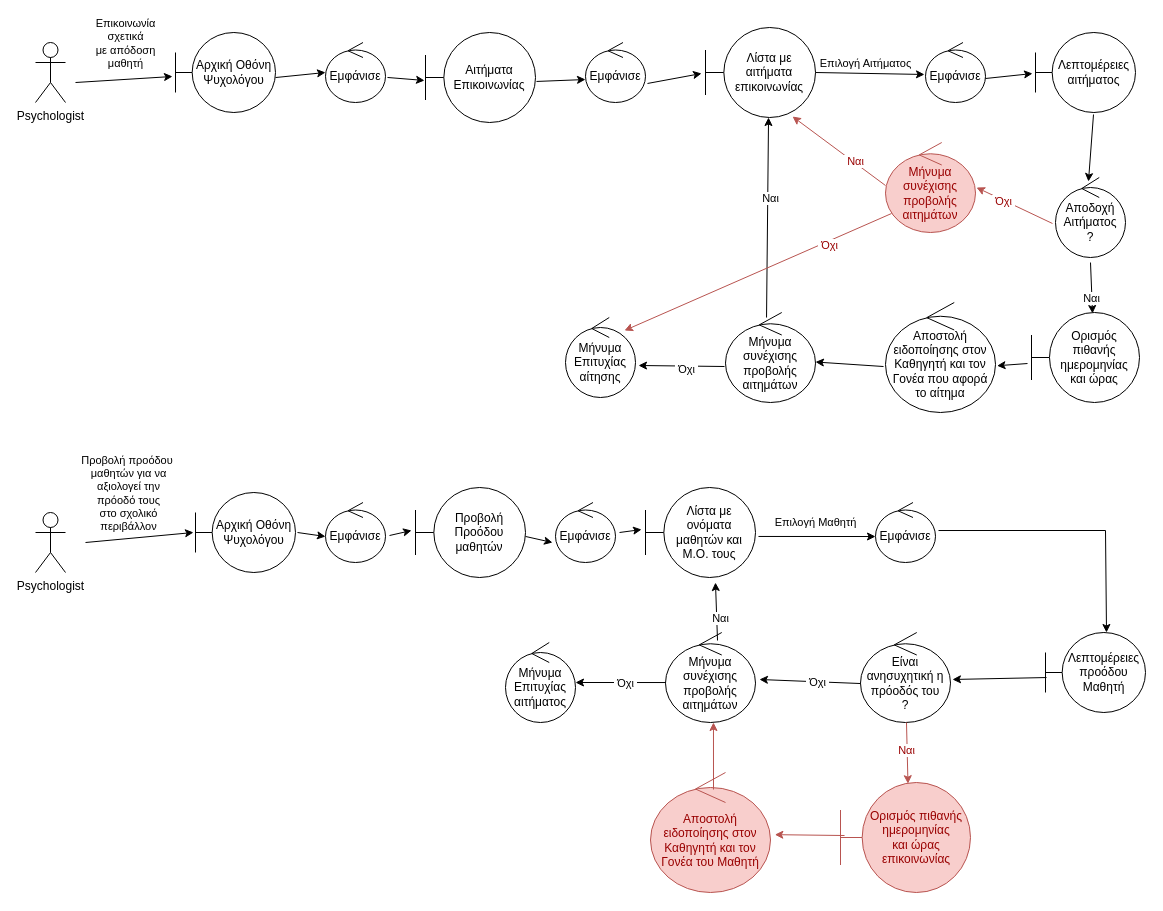
Before: Παραδοτέο3/Robustness_Psychologist.drawio in m1kemp/School-Hero, a draw.io diagram. Source tidied: cells renumbered, new cells numbered last; positions are measured from the earlier drawing's top-left corner, leaving out a move shared by most shapes. Both pictures are drawn from the tidied source at 100%, with x=0, y=0 at pixel (35, 27).
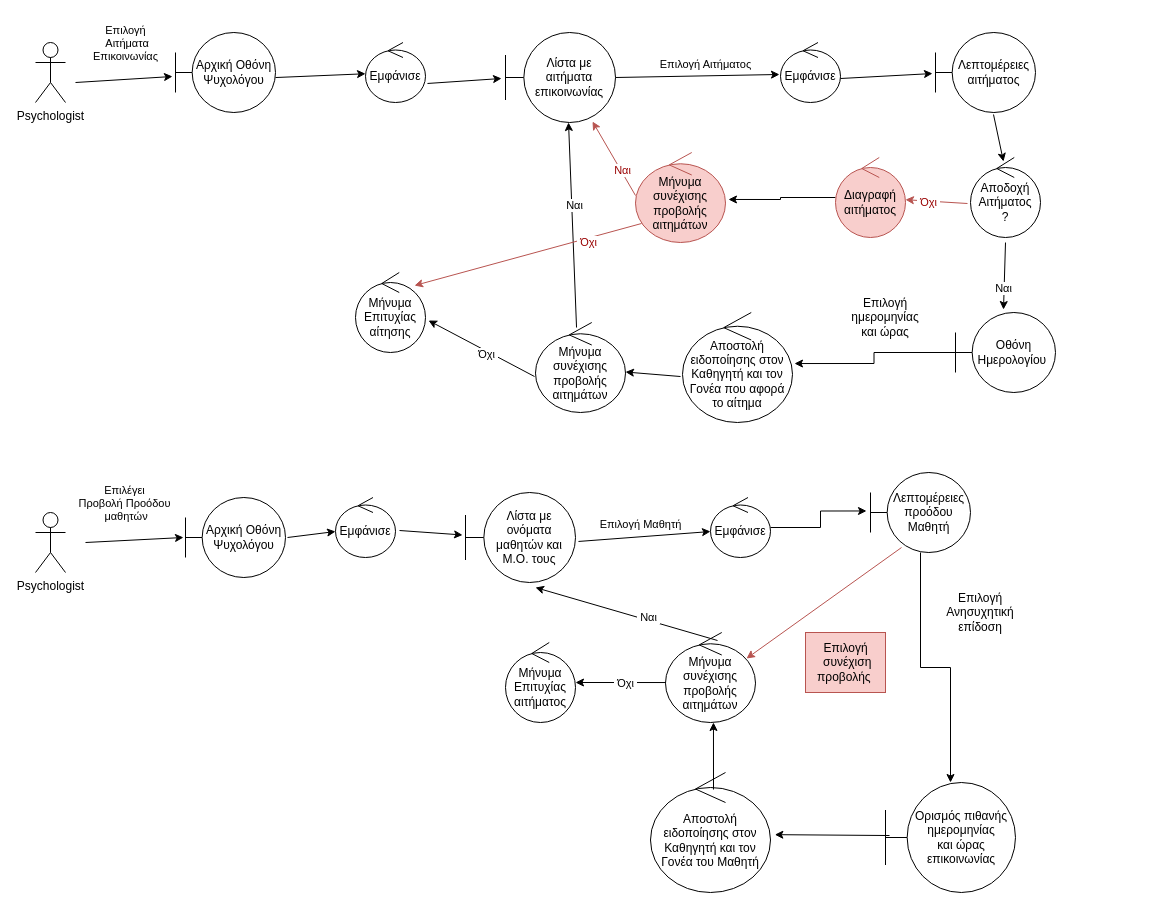
The same diagram, later.

Unchanged cells that the change refers to:
```xml
<mxCell id="3" value="Αρχική Οθόνη Ψυχολόγου" style="shape=umlBoundary;whiteSpace=wrap;html=1;" parent="1" vertex="1">
  <mxGeometry x="140" y="5" width="100" height="80" as="geometry" />
</mxCell>
<mxCell id="4" style="endArrow=classic;html=1;rounded=0;entryX=-0.03;entryY=0.55;entryDx=0;entryDy=0;entryPerimeter=0;" parent="1" edge="1" target="3">
  <mxGeometry relative="1" as="geometry">
    <mxPoint x="40" y="55" as="sourcePoint" />
  </mxGeometry>
</mxCell>
<mxCell id="50" style="endArrow=classic;html=1;rounded=0;entryX=-0.02;entryY=0.5;entryDx=0;entryDy=0;entryPerimeter=0;" parent="1" edge="1" target="41">
  <mxGeometry relative="1" as="geometry">
    <mxPoint x="50" y="515" as="sourcePoint" />
  </mxGeometry>
</mxCell>
<mxCell id="65" value="Μήνυμα συνέχισης προβολής αιτημάτων" style="ellipse;shape=umlControl;whiteSpace=wrap;html=1;" parent="1" vertex="1">
  <mxGeometry x="630" y="605" width="90" height="90" as="geometry" />
</mxCell>
```

Change to the diagram source:
```diff
@@
-    <mxCell id="5" value="Επικοινωνία &lt;br&gt;σχετικά&lt;br&gt;με απόδοση&lt;br&gt;μαθητή" style="edgeLabel;html=1;align=center;verticalAlign=middle;" parent="4" vertex="1">
+    <mxCell id="5" value="Επιλογή&lt;br&gt;&amp;nbsp;Αιτήματα&lt;br&gt;&amp;nbsp;Επικοινωνίας&amp;nbsp;" style="edgeLabel;html=1;align=center;verticalAlign=middle;" parent="4" vertex="1">
       <mxGeometry x="0.5" y="-2" relative="1" as="geometry">
         <mxPoint x="-23" y="-37" as="offset" />
       </mxGeometry>
     </mxCell>
-    <mxCell id="6" value="Εμφάνισε" style="ellipse;shape=umlControl;whiteSpace=wrap;html=1;" parent="1" vertex="1">
-      <mxGeometry x="290" y="15" width="60" height="60" as="geometry" />
-    </mxCell>
-    <mxCell id="7" style="endArrow=classic;html=1;rounded=0;exitX=1;exitY=0.563;exitDx=0;exitDy=0;exitPerimeter=0;entryX=0;entryY=0.5;entryDx=0;entryDy=0;entryPerimeter=0;" parent="1" edge="1" source="3" target="6">
+    <mxCell id="7" style="endArrow=classic;html=1;rounded=0;exitX=1;exitY=0.563;exitDx=0;exitDy=0;exitPerimeter=0;" parent="1" edge="1" source="3" target="10">
       <mxGeometry relative="1" as="geometry" />
     </mxCell>
-    <mxCell id="8" value="Αιτήματα Επικοινωνίας" style="shape=umlBoundary;whiteSpace=wrap;html=1;" parent="1" vertex="1">
-      <mxGeometry x="390" y="5" width="110" height="90" as="geometry" />
-    </mxCell>
-    <mxCell id="9" style="endArrow=classic;html=1;rounded=0;exitX=1.033;exitY=0.583;exitDx=0;exitDy=0;exitPerimeter=0;entryX=-0.009;entryY=0.533;entryDx=0;entryDy=0;entryPerimeter=0;" parent="1" edge="1" source="6" target="8">
-      <mxGeometry relative="1" as="geometry" />
-    </mxCell>
     <mxCell id="10" value="Εμφάνισε" style="ellipse;shape=umlControl;whiteSpace=wrap;html=1;" parent="1" vertex="1">
-      <mxGeometry x="550" y="15" width="60" height="60" as="geometry" />
+      <mxGeometry x="330" y="15" width="60" height="60" as="geometry" />
     </mxCell>
-    <mxCell id="11" style="endArrow=classic;html=1;rounded=0;exitX=1.009;exitY=0.544;exitDx=0;exitDy=0;exitPerimeter=0;entryX=0;entryY=0.617;entryDx=0;entryDy=0;entryPerimeter=0;" parent="1" edge="1" source="8" target="10">
-      <mxGeometry relative="1" as="geometry" />
-    </mxCell>
     <mxCell id="12" value="Λίστα με αιτήματα επικοινωνίας" style="shape=umlBoundary;whiteSpace=wrap;html=1;" parent="1" vertex="1">
-      <mxGeometry x="670" width="110" height="90" as="geometry" />
+      <mxGeometry x="470" y="5" width="110" height="90" as="geometry" />
     </mxCell>
@@
     <mxCell id="14" value="Εμφάνισε" style="ellipse;shape=umlControl;whiteSpace=wrap;html=1;" parent="1" vertex="1">
-      <mxGeometry x="890" y="15" width="60" height="60" as="geometry" />
+      <mxGeometry x="745" y="15" width="60" height="60" as="geometry" />
     </mxCell>
@@
     <mxCell id="17" value="Λεπτομέρειες αιτήματος" style="shape=umlBoundary;whiteSpace=wrap;html=1;" parent="1" vertex="1">
-      <mxGeometry x="1000" y="5" width="100" height="80" as="geometry" />
+      <mxGeometry x="900" y="5" width="100" height="80" as="geometry" />
     </mxCell>
@@
     <mxCell id="19" value="Αποδοχή Αιτήματος&lt;br&gt;?" style="ellipse;shape=umlControl;whiteSpace=wrap;html=1;" parent="1" vertex="1">
-      <mxGeometry x="1020" y="150" width="70" height="80" as="geometry" />
+      <mxGeometry x="935" y="130" width="70" height="80" as="geometry" />
     </mxCell>
@@
-    <mxCell id="21" style="endArrow=classic;html=1;rounded=0;entryX=0.565;entryY=0.011;entryDx=0;entryDy=0;entryPerimeter=0;exitX=0.5;exitY=1.063;exitDx=0;exitDy=0;exitPerimeter=0;" parent="1" edge="1" source="19" target="23">
+    <mxCell id="21" style="endArrow=classic;html=1;rounded=0;exitX=0.5;exitY=1.063;exitDx=0;exitDy=0;exitPerimeter=0;entryX=0.48;entryY=-0.037;entryDx=0;entryDy=0;entryPerimeter=0;" parent="1" edge="1" source="19" target="75">
       <mxGeometry relative="1" as="geometry" />
     </mxCell>
@@
-    <mxCell id="23" value="Ορισμός πιθανής ημερομηνίας &lt;br&gt;και ώρας" style="shape=umlBoundary;whiteSpace=wrap;html=1;" parent="1" vertex="1">
-      <mxGeometry x="996" y="285" width="108" height="90" as="geometry" />
-    </mxCell>
     <mxCell id="24" value="Αποστολή ειδοποίησης στον Καθηγητή και τον Γονέα που αφορά το αίτημα" style="ellipse;shape=umlControl;whiteSpace=wrap;html=1;" parent="1" vertex="1">
-      <mxGeometry x="850" y="275" width="110" height="110" as="geometry" />
+      <mxGeometry x="647" y="285" width="110" height="110" as="geometry" />
     </mxCell>
-    <mxCell id="25" style="endArrow=classic;html=1;rounded=0;entryX=1.014;entryY=0.575;entryDx=0;entryDy=0;entryPerimeter=0;exitX=-0.037;exitY=0.567;exitDx=0;exitDy=0;exitPerimeter=0;" parent="1" edge="1" source="23" target="24">
-      <mxGeometry relative="1" as="geometry" />
-    </mxCell>
@@
     <mxCell id="27" value="Μήνυμα συνέχισης προβολής αιτημάτων" style="ellipse;shape=umlControl;whiteSpace=wrap;html=1;" parent="1" vertex="1">
-      <mxGeometry x="690" y="285" width="90" height="90" as="geometry" />
+      <mxGeometry x="500" y="295" width="90" height="90" as="geometry" />
     </mxCell>
@@
     <mxCell id="32" value="Μήνυμα Επιτυχίας αίτησης" style="ellipse;shape=umlControl;whiteSpace=wrap;html=1;" parent="1" vertex="1">
-      <mxGeometry x="530" y="290" width="70" height="80" as="geometry" />
+      <mxGeometry x="320" y="245" width="70" height="80" as="geometry" />
     </mxCell>
-    <mxCell id="33" style="endArrow=classic;html=1;rounded=0;exitX=-0.043;exitY=0.575;exitDx=0;exitDy=0;exitPerimeter=0;fillColor=#f8cecc;strokeColor=#b85450;entryX=1.011;entryY=0.5;entryDx=0;entryDy=0;entryPerimeter=0;" parent="1" edge="1" source="19" target="35">
+    <mxCell id="33" style="endArrow=classic;html=1;rounded=0;exitX=-0.043;exitY=0.575;exitDx=0;exitDy=0;exitPerimeter=0;fillColor=#f8cecc;strokeColor=#b85450;" parent="1" edge="1" source="19" target="78">
       <mxGeometry relative="1" as="geometry" />
     </mxCell>
@@
-    <mxCell id="35" value="&lt;font color=&quot;#990000&quot;&gt;Μήνυμα συνέχισης προβολής αιτημάτων&lt;/font&gt;" style="ellipse;shape=umlControl;whiteSpace=wrap;html=1;fillColor=#f8cecc;strokeColor=#b85450;" parent="1" vertex="1">
-      <mxGeometry x="850" y="115" width="90" height="90" as="geometry" />
+    <mxCell id="35" value="Μήνυμα συνέχισης προβολής αιτημάτων" style="ellipse;shape=umlControl;whiteSpace=wrap;html=1;fillColor=#f8cecc;strokeColor=#b85450;" parent="1" vertex="1">
+      <mxGeometry x="600" y="125" width="90" height="90" as="geometry" />
     </mxCell>
@@
     <mxCell id="41" value="Αρχική Οθόνη Ψυχολόγου" style="shape=umlBoundary;whiteSpace=wrap;html=1;" parent="1" vertex="1">
-      <mxGeometry x="160" y="465" width="100" height="80" as="geometry" />
+      <mxGeometry x="150" y="470" width="100" height="80" as="geometry" />
     </mxCell>
     <mxCell id="42" value="Εμφάνισε" style="ellipse;shape=umlControl;whiteSpace=wrap;html=1;" parent="1" vertex="1">
-      <mxGeometry x="290" y="475" width="60" height="60" as="geometry" />
+      <mxGeometry x="300" y="470" width="60" height="60" as="geometry" />
     </mxCell>
-    <mxCell id="43" value="Εμφάνισε" style="ellipse;shape=umlControl;whiteSpace=wrap;html=1;" parent="1" vertex="1">
-      <mxGeometry x="520" y="475" width="60" height="60" as="geometry" />
-    </mxCell>
-    <mxCell id="44" value="Προβολή&lt;br/&gt;Προόδου μαθητών" style="shape=umlBoundary;whiteSpace=wrap;html=1;" parent="1" vertex="1">
-      <mxGeometry x="380" y="460" width="110" height="90" as="geometry" />
-    </mxCell>
     <mxCell id="45" value="Λίστα με ονόματα μαθητών και Μ.Ο. τους" style="shape=umlBoundary;whiteSpace=wrap;html=1;" parent="1" vertex="1">
-      <mxGeometry x="610" y="460" width="110" height="90" as="geometry" />
+      <mxGeometry x="430" y="465" width="110" height="90" as="geometry" />
     </mxCell>
@@
-    <mxCell id="47" style="endArrow=classic;html=1;rounded=0;exitX=1.067;exitY=0.55;exitDx=0;exitDy=0;exitPerimeter=0;entryX=-0.036;entryY=0.478;entryDx=0;entryDy=0;entryPerimeter=0;" parent="1" edge="1" source="42" target="44">
+    <mxCell id="47" style="endArrow=classic;html=1;rounded=0;exitX=1.067;exitY=0.55;exitDx=0;exitDy=0;exitPerimeter=0;entryX=-0.027;entryY=0.472;entryDx=0;entryDy=0;entryPerimeter=0;" parent="1" edge="1" source="42" target="45">
       <mxGeometry relative="1" as="geometry" />
     </mxCell>
-    <mxCell id="48" style="endArrow=classic;html=1;rounded=0;exitX=1;exitY=0.544;exitDx=0;exitDy=0;exitPerimeter=0;entryX=-0.05;entryY=0.667;entryDx=0;entryDy=0;entryPerimeter=0;" parent="1" edge="1" source="44" target="43">
-      <mxGeometry relative="1" as="geometry" />
-    </mxCell>
-    <mxCell id="49" style="endArrow=classic;html=1;rounded=0;exitX=1.067;exitY=0.5;exitDx=0;exitDy=0;exitPerimeter=0;entryX=-0.036;entryY=0.467;entryDx=0;entryDy=0;entryPerimeter=0;" parent="1" edge="1" source="43" target="45">
-      <mxGeometry relative="1" as="geometry" />
-    </mxCell>
@@
-    <mxCell id="51" value="Προβολή προόδου&amp;nbsp;&lt;br&gt;μαθητών για να&lt;br&gt;αξιολογεί την&lt;br&gt;πρόοδό τους&lt;br&gt;στο σχολικό&lt;br&gt;περιβάλλον" style="edgeLabel;html=1;align=center;verticalAlign=middle;" parent="50" vertex="1">
+    <mxCell id="51" value="Επιλέγει &lt;br&gt;Προβολή Προόδου&lt;br&gt;&amp;nbsp;μαθητών" style="edgeLabel;html=1;align=center;verticalAlign=middle;" parent="50" vertex="1">
       <mxGeometry x="-0.2" y="1" relative="1" as="geometry">
-        <mxPoint y="-45" as="offset" />
+        <mxPoint y="-37" as="offset" />
       </mxGeometry>
     </mxCell>
+    <mxCell id="56" style="edgeStyle=orthogonalEdgeStyle;rounded=0;jettySize=auto;html=1;entryX=-0.04;entryY=0.481;entryDx=0;entryDy=0;entryPerimeter=0;" parent="1" edge="1" source="52" target="55">
+      <mxGeometry relative="1" as="geometry" />
+    </mxCell>
     <mxCell id="52" value="Εμφάνισε" style="ellipse;shape=umlControl;whiteSpace=wrap;html=1;" parent="1" vertex="1">
-      <mxGeometry x="840" y="475" width="60" height="60" as="geometry" />
+      <mxGeometry x="675" y="470" width="60" height="60" as="geometry" />
     </mxCell>
@@
+    <mxCell id="73" style="edgeStyle=orthogonalEdgeStyle;rounded=0;jettySize=auto;html=1;" parent="1" edge="1" source="55" target="59">
+      <mxGeometry relative="1" as="geometry" />
+    </mxCell>
     <mxCell id="55" value="Λεπτομέρειες προόδου Μαθητή" style="shape=umlBoundary;whiteSpace=wrap;html=1;" parent="1" vertex="1">
-      <mxGeometry x="1010" y="605" width="100" height="80" as="geometry" />
+      <mxGeometry x="835" y="445" width="100" height="80" as="geometry" />
     </mxCell>
-    <mxCell id="56" style="endArrow=classic;html=1;rounded=0;exitX=1.05;exitY=0.467;exitDx=0;exitDy=0;exitPerimeter=0;entryX=0.61;entryY=0;entryDx=0;entryDy=0;entryPerimeter=0;" parent="1" edge="1" source="52" target="55">
-      <mxGeometry relative="1" as="geometry">
-        <Array as="points">
-          <mxPoint x="1070" y="503" />
-        </Array>
-      </mxGeometry>
-    </mxCell>
-    <mxCell id="57" value="Είναι ανησυχητική η πρόοδός του&lt;br&gt;?" style="ellipse;shape=umlControl;whiteSpace=wrap;html=1;" parent="1" vertex="1">
-      <mxGeometry x="825" y="605" width="90" height="90" as="geometry" />
-    </mxCell>
-    <mxCell id="58" style="endArrow=classic;html=1;rounded=0;entryX=1.022;entryY=0.522;entryDx=0;entryDy=0;entryPerimeter=0;exitX=0.01;exitY=0.563;exitDx=0;exitDy=0;exitPerimeter=0;" parent="1" edge="1" source="55" target="57">
-      <mxGeometry relative="1" as="geometry" />
-    </mxCell>
-    <mxCell id="59" value="&lt;font color=&quot;#990000&quot;&gt;Ορισμός πιθανής ημερομηνίας &lt;br&gt;και ώρας επικοινωνίας&lt;/font&gt;" style="shape=umlBoundary;whiteSpace=wrap;html=1;fillColor=#f8cecc;strokeColor=#b85450;" parent="1" vertex="1">
-      <mxGeometry x="805" y="755" width="130" height="110" as="geometry" />
+    <mxCell id="59" value="Ορισμός πιθανής ημερομηνίας &lt;br&gt;και ώρας επικοινωνίας" style="shape=umlBoundary;whiteSpace=wrap;html=1;" parent="1" vertex="1">
+      <mxGeometry x="850" y="755" width="130" height="110" as="geometry" />
     </mxCell>
-    <mxCell id="60" style="endArrow=classic;html=1;rounded=0;exitX=0.511;exitY=1;exitDx=0;exitDy=0;exitPerimeter=0;entryX=0.519;entryY=0.011;entryDx=0;entryDy=0;entryPerimeter=0;fillColor=#f8cecc;strokeColor=#b85450;" parent="1" edge="1" source="57" target="59">
-      <mxGeometry relative="1" as="geometry" />
-    </mxCell>
-    <mxCell id="61" value="&amp;nbsp;Ναι&amp;nbsp;" style="edgeLabel;html=1;align=center;verticalAlign=middle;fontColor=#990000;" parent="60" vertex="1">
-      <mxGeometry x="-0.11" y="-1" relative="1" as="geometry" />
-    </mxCell>
-    <mxCell id="62" style="endArrow=classic;html=1;rounded=0;exitX=0;exitY=0.567;exitDx=0;exitDy=0;exitPerimeter=0;entryX=1.044;entryY=0.522;entryDx=0;entryDy=0;entryPerimeter=0;" parent="1" edge="1" source="57" target="65">
-      <mxGeometry relative="1" as="geometry" />
-    </mxCell>
-    <mxCell id="63" value="&amp;nbsp;Όχι&amp;nbsp;" style="edgeLabel;html=1;align=center;verticalAlign=middle;" parent="62" vertex="1">
-      <mxGeometry x="-0.12" relative="1" as="geometry" />
-    </mxCell>
-    <mxCell id="64" value="&lt;font color=&quot;#990000&quot;&gt;Αποστολή ειδοποίησης στον Καθηγητή και τον Γονέα του Μαθητή&lt;/font&gt;" style="ellipse;shape=umlControl;whiteSpace=wrap;html=1;fillColor=#f8cecc;strokeColor=#b85450;" parent="1" vertex="1">
+    <mxCell id="64" value="Αποστολή ειδοποίησης στον Καθηγητή και τον Γονέα του Μαθητή" style="ellipse;shape=umlControl;whiteSpace=wrap;html=1;" parent="1" vertex="1">
       <mxGeometry x="615" y="745" width="120" height="120" as="geometry" />
     </mxCell>
@@
-    <mxCell id="66" style="endArrow=classic;html=1;rounded=0;exitX=0.031;exitY=0.482;exitDx=0;exitDy=0;exitPerimeter=0;entryX=1.036;entryY=0.518;entryDx=0;entryDy=0;entryPerimeter=0;fillColor=#f8cecc;strokeColor=#b85450;" parent="1" edge="1" source="59" target="64">
+    <mxCell id="66" style="endArrow=classic;html=1;rounded=0;exitX=0.031;exitY=0.482;exitDx=0;exitDy=0;exitPerimeter=0;entryX=1.036;entryY=0.518;entryDx=0;entryDy=0;entryPerimeter=0;" parent="1" edge="1" source="59" target="64">
       <mxGeometry relative="1" as="geometry" />
     </mxCell>
-    <mxCell id="67" style="endArrow=classic;html=1;rounded=0;exitX=0.525;exitY=0.142;exitDx=0;exitDy=0;exitPerimeter=0;entryX=0.533;entryY=1;entryDx=0;entryDy=0;entryPerimeter=0;fillColor=#f8cecc;strokeColor=#b85450;" parent="1" edge="1" source="64" target="65">
+    <mxCell id="67" style="endArrow=classic;html=1;rounded=0;exitX=0.525;exitY=0.142;exitDx=0;exitDy=0;exitPerimeter=0;entryX=0.533;entryY=1;entryDx=0;entryDy=0;entryPerimeter=0;" parent="1" edge="1" source="64" target="65">
       <mxGeometry relative="1" as="geometry" />
     </mxCell>
@@
+    <mxCell id="74" style="edgeStyle=orthogonalEdgeStyle;rounded=0;jettySize=auto;html=1;entryX=1.018;entryY=0.464;entryDx=0;entryDy=0;entryPerimeter=0;" parent="1" edge="1" source="75" target="24">
+      <mxGeometry relative="1" as="geometry" />
+    </mxCell>
+    <mxCell id="75" value="Οθόνη Ημερολογίου&amp;nbsp;" style="shape=umlBoundary;whiteSpace=wrap;html=1;" parent="1" vertex="1">
+      <mxGeometry x="920" y="285" width="100" height="80" as="geometry" />
+    </mxCell>
+    <mxCell id="76" value="Επιλογή ημερομηνίας και ώρας" style="text;html=1;strokeColor=none;fillColor=none;align=center;verticalAlign=middle;whiteSpace=wrap;rounded=0;" parent="1" vertex="1">
+      <mxGeometry x="820" y="275" width="60" height="30" as="geometry" />
+    </mxCell>
+    <mxCell id="77" style="edgeStyle=orthogonalEdgeStyle;rounded=0;jettySize=auto;html=1;entryX=1.033;entryY=0.522;entryDx=0;entryDy=0;entryPerimeter=0;" parent="1" edge="1" source="78" target="35">
+      <mxGeometry relative="1" as="geometry" />
+    </mxCell>
+    <mxCell id="78" value="Διαγραφή αιτήματος" style="ellipse;shape=umlControl;whiteSpace=wrap;html=1;fillColor=#f8cecc;strokeColor=#b85450;" parent="1" vertex="1">
+      <mxGeometry x="800" y="130" width="70" height="80" as="geometry" />
+    </mxCell>
+    <mxCell id="79" value="Επιλογή Ανησυχητική επίδοση" style="text;html=1;strokeColor=none;fillColor=none;align=center;verticalAlign=middle;whiteSpace=wrap;rounded=0;" parent="1" vertex="1">
+      <mxGeometry x="900" y="565" width="90" height="40" as="geometry" />
+    </mxCell>
+    <mxCell id="80" style="endArrow=classic;html=1;rounded=0;exitX=0.31;exitY=0.938;exitDx=0;exitDy=0;exitPerimeter=0;entryX=0.9;entryY=0.289;entryDx=0;entryDy=0;entryPerimeter=0;fillColor=#f8cecc;strokeColor=#b85450;" parent="1" edge="1" source="55" target="65">
+      <mxGeometry relative="1" as="geometry" />
+    </mxCell>
+    <mxCell id="81" value="Επιλογή&lt;br&gt;&amp;nbsp;συνέχιση &lt;br&gt;προβολής&amp;nbsp;" style="text;html=1;align=center;verticalAlign=middle;strokeColor=#b85450;fillColor=#f8cecc;" parent="1" vertex="1">
+      <mxGeometry x="770" y="605" width="80" height="60" as="geometry" />
+    </mxCell>
```
